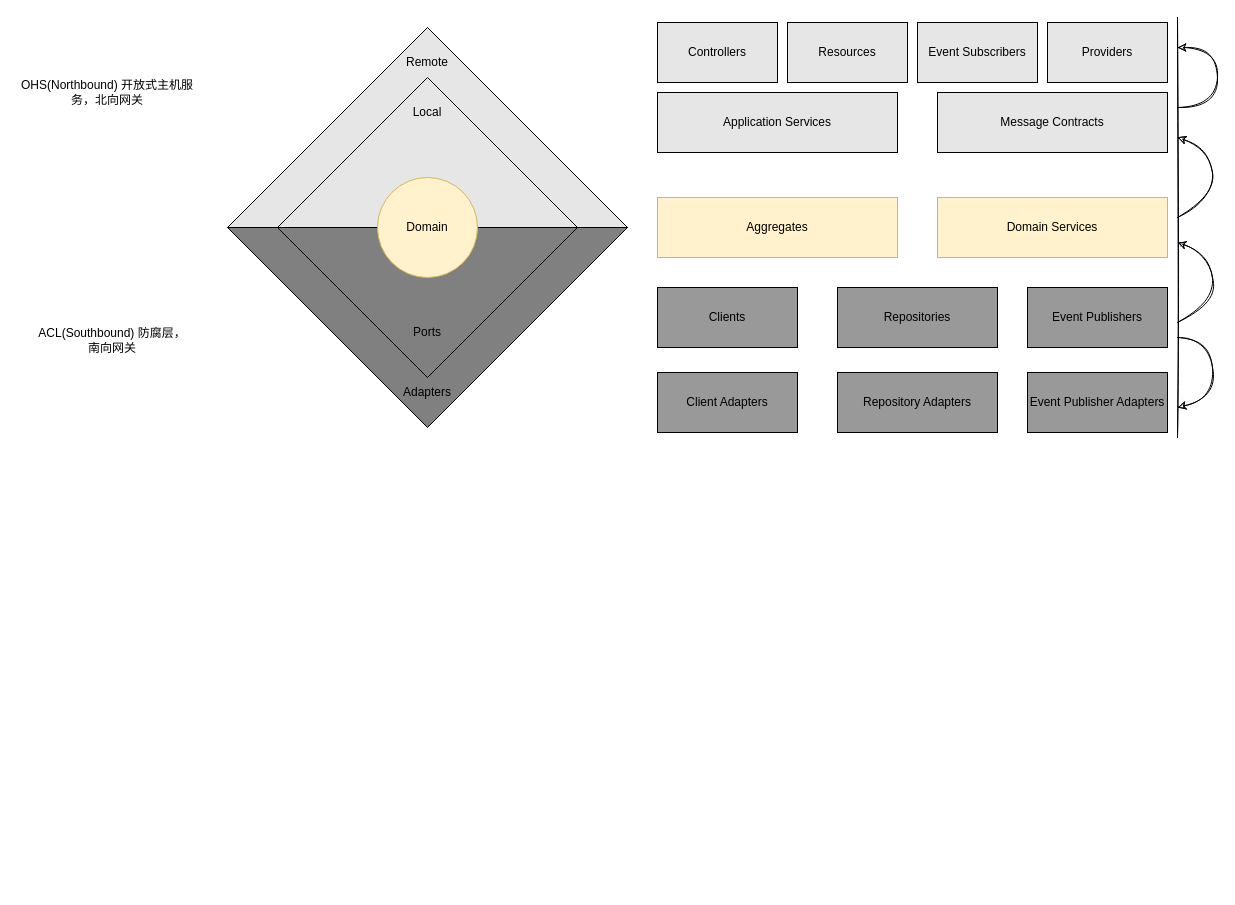
Before: scm.drawio in zengande/static-files, a draw.io diagram. Source tidied: cells renumbered, new cells numbered last; positions are measured from the earlier drawing's top-left corner, leaving out a move shared by most shapes. Both pictures are drawn from the tidied source at 100%, with x=0, y=0 at pixel (17, -73).
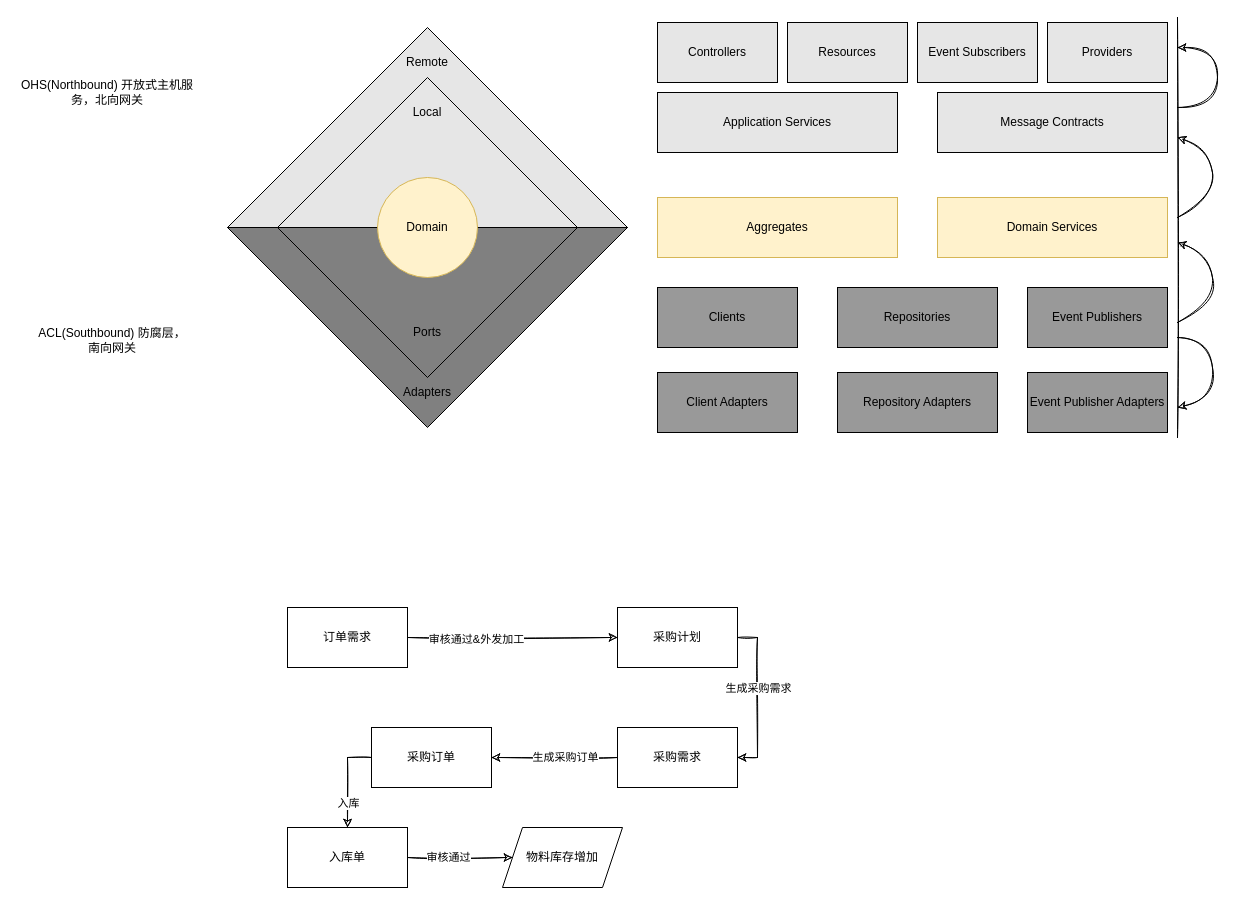
Above is the later version.

The edit, as a diff of the source:
```diff
@@
+    <mxCell id="33" style="edgeStyle=orthogonalEdgeStyle;rounded=0;sketch=1;jettySize=auto;html=1;entryX=0;entryY=0.5;entryDx=0;entryDy=0;" parent="1" edge="1" source="35" target="38">
+      <mxGeometry relative="1" as="geometry" />
+    </mxCell>
+    <mxCell id="34" value="审核通过&amp;amp;外发加工" style="edgeLabel;html=1;align=center;verticalAlign=middle;" parent="33" vertex="1">
+      <mxGeometry x="-0.35" y="-1" relative="1" as="geometry" />
+    </mxCell>
+    <mxCell id="35" value="订单需求" style="rounded=0;whiteSpace=wrap;html=1;sketch=0;" parent="1" vertex="1">
+      <mxGeometry x="270" y="680" width="120" height="60" as="geometry" />
+    </mxCell>
+    <mxCell id="36" style="edgeStyle=orthogonalEdgeStyle;rounded=0;sketch=1;jettySize=auto;html=1;entryX=1;entryY=0.5;entryDx=0;entryDy=0;exitX=1;exitY=0.5;exitDx=0;exitDy=0;" parent="1" edge="1" source="38" target="41">
+      <mxGeometry relative="1" as="geometry" />
+    </mxCell>
+    <mxCell id="37" value="生成采购需求" style="edgeLabel;html=1;align=center;verticalAlign=middle;" parent="36" vertex="1">
+      <mxGeometry x="-0.38" y="-1" relative="1" as="geometry">
+        <mxPoint x="1" y="20" as="offset" />
+      </mxGeometry>
+    </mxCell>
+    <mxCell id="38" value="采购计划" style="rounded=0;whiteSpace=wrap;html=1;sketch=0;" parent="1" vertex="1">
+      <mxGeometry x="600" y="680" width="120" height="60" as="geometry" />
+    </mxCell>
+    <mxCell id="39" style="edgeStyle=orthogonalEdgeStyle;rounded=0;sketch=1;jettySize=auto;html=1;exitX=0;exitY=0.5;exitDx=0;exitDy=0;" parent="1" edge="1" source="41" target="44">
+      <mxGeometry relative="1" as="geometry" />
+    </mxCell>
+    <mxCell id="40" value="生成采购订单" style="edgeLabel;html=1;align=center;verticalAlign=middle;" parent="39" vertex="1">
+      <mxGeometry x="-0.16" y="-1" relative="1" as="geometry" />
+    </mxCell>
+    <mxCell id="41" value="采购需求" style="rounded=0;whiteSpace=wrap;html=1;sketch=0;" parent="1" vertex="1">
+      <mxGeometry x="600" y="800" width="120" height="60" as="geometry" />
+    </mxCell>
+    <mxCell id="42" style="edgeStyle=orthogonalEdgeStyle;rounded=0;sketch=1;jettySize=auto;html=1;exitX=0;exitY=0.5;exitDx=0;exitDy=0;" parent="1" edge="1" source="44" target="47">
+      <mxGeometry relative="1" as="geometry" />
+    </mxCell>
+    <mxCell id="43" value="入库" style="edgeLabel;html=1;align=center;verticalAlign=middle;" parent="42" vertex="1">
+      <mxGeometry x="0.47" relative="1" as="geometry" />
+    </mxCell>
+    <mxCell id="44" value="采购订单" style="rounded=0;whiteSpace=wrap;html=1;sketch=0;" parent="1" vertex="1">
+      <mxGeometry x="354" y="800" width="120" height="60" as="geometry" />
+    </mxCell>
+    <mxCell id="45" style="edgeStyle=orthogonalEdgeStyle;rounded=0;sketch=1;jettySize=auto;html=1;entryX=0;entryY=0.5;entryDx=0;entryDy=0;" parent="1" edge="1" source="47" target="48">
+      <mxGeometry relative="1" as="geometry" />
+    </mxCell>
+    <mxCell id="46" value="审核通过" style="edgeLabel;html=1;align=center;verticalAlign=middle;" parent="45" vertex="1">
+      <mxGeometry x="-0.23" y="1" relative="1" as="geometry" />
+    </mxCell>
+    <mxCell id="47" value="入库单" style="rounded=0;whiteSpace=wrap;html=1;sketch=0;" parent="1" vertex="1">
+      <mxGeometry x="270" y="900" width="120" height="60" as="geometry" />
+    </mxCell>
+    <mxCell id="48" value="物料库存增加" style="shape=parallelogram;perimeter=parallelogramPerimeter;whiteSpace=wrap;html=1;fixedSize=1;sketch=0;" parent="1" vertex="1">
+      <mxGeometry x="485" y="900" width="120" height="60" as="geometry" />
+    </mxCell>
```
